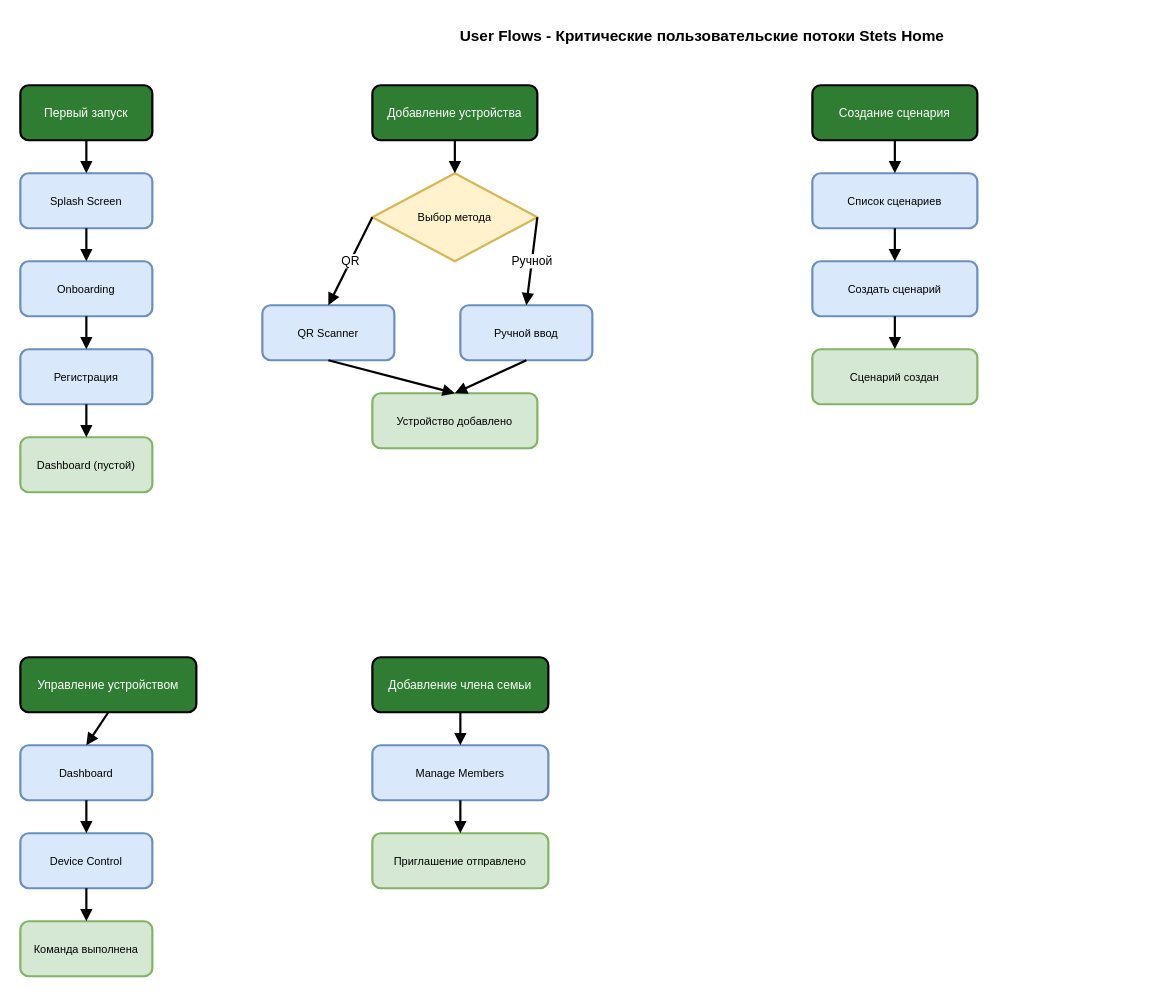
Before: projects/project_6 (degree)/docs/diagrams/04_interface/user_flows_visual.drawio in Kurganskyi/yandex_edu, a draw.io diagram. Source tidied: cells renumbered, new cells numbered last; positions are measured from the earlier drawing's top-left corner, leaving out a move shared by most shapes. Both pictures are drawn from the tidied source at 110%, with x=0, y=0 at pixel (20, 19).
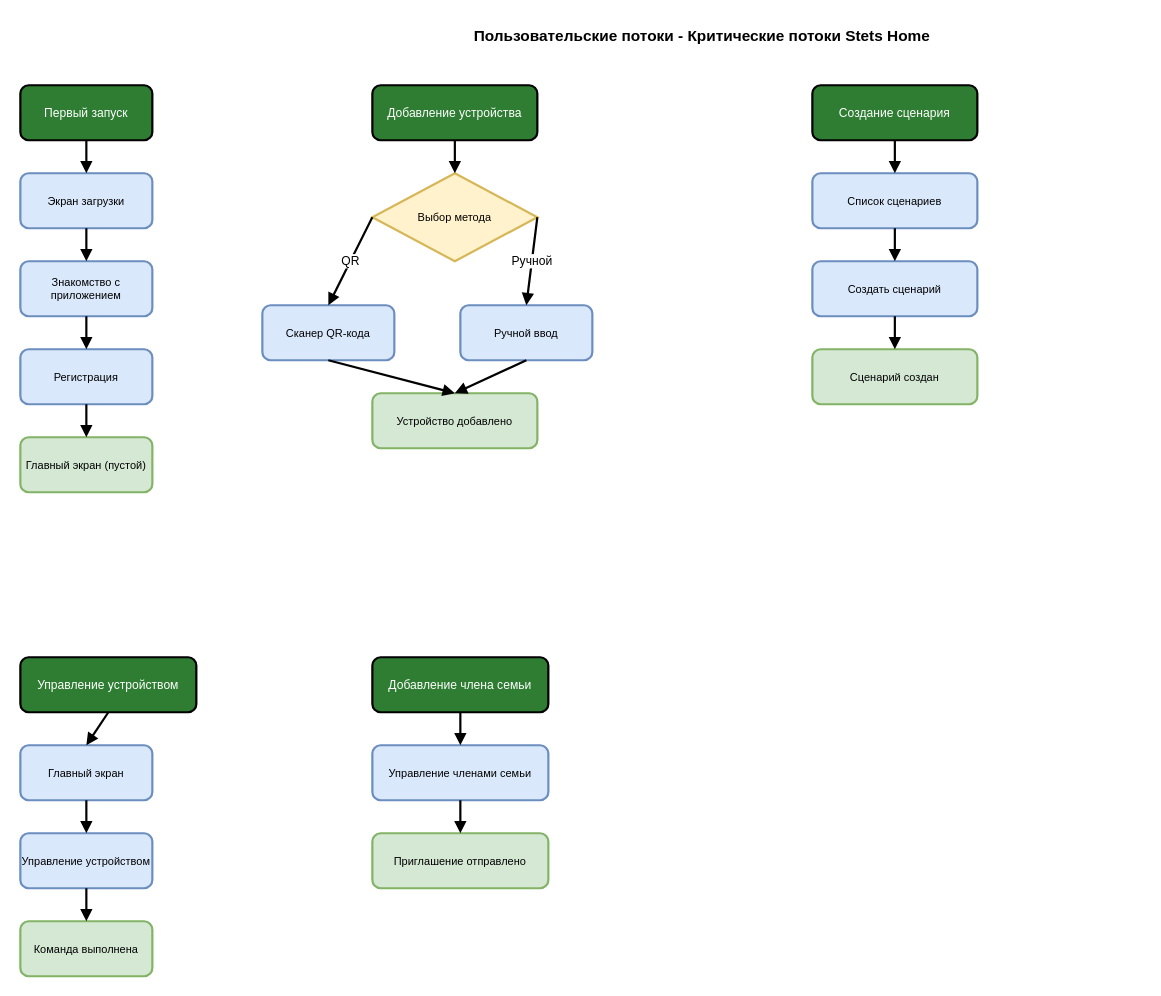
The same diagram, later.

Change to the diagram source:
```diff
@@
-    <mxCell id="3" value="Splash Screen" style="rounded=1;whiteSpace=wrap;html=1;fontSize=10;fontColor=#000000;fillColor=#dae8fc;strokeColor=#6c8ebf;strokeWidth=2;" parent="1" vertex="1">
+    <mxCell id="3" value="Экран загрузки" style="rounded=1;whiteSpace=wrap;html=1;fontSize=10;fontColor=#000000;fillColor=#dae8fc;strokeColor=#6c8ebf;strokeWidth=2;" parent="1" vertex="1">
       <mxGeometry y="140" width="120" height="50" as="geometry" />
     </mxCell>
-    <mxCell id="4" value="Onboarding" style="rounded=1;whiteSpace=wrap;html=1;fontSize=10;fontColor=#000000;fillColor=#dae8fc;strokeColor=#6c8ebf;strokeWidth=2;" parent="1" vertex="1">
+    <mxCell id="4" value="Знакомство с приложением" style="rounded=1;whiteSpace=wrap;html=1;fontSize=10;fontColor=#000000;fillColor=#dae8fc;strokeColor=#6c8ebf;strokeWidth=2;" parent="1" vertex="1">
       <mxGeometry y="220" width="120" height="50" as="geometry" />
     </mxCell>
@@
-    <mxCell id="6" value="Dashboard (пустой)" style="rounded=1;whiteSpace=wrap;html=1;fontSize=10;fontColor=#000000;fillColor=#d5e8d4;strokeColor=#82b366;strokeWidth=2;" parent="1" vertex="1">
+    <mxCell id="6" value="Главный экран (пустой)" style="rounded=1;whiteSpace=wrap;html=1;fontSize=10;fontColor=#000000;fillColor=#d5e8d4;strokeColor=#82b366;strokeWidth=2;" parent="1" vertex="1">
       <mxGeometry y="380" width="120" height="50" as="geometry" />
     </mxCell>
@@
-    <mxCell id="9" value="QR Scanner" style="rounded=1;whiteSpace=wrap;html=1;fontSize=10;fontColor=#000000;fillColor=#dae8fc;strokeColor=#6c8ebf;strokeWidth=2;" parent="1" vertex="1">
+    <mxCell id="9" value="Сканер QR-кода" style="rounded=1;whiteSpace=wrap;html=1;fontSize=10;fontColor=#000000;fillColor=#dae8fc;strokeColor=#6c8ebf;strokeWidth=2;" parent="1" vertex="1">
       <mxGeometry x="220" y="260" width="120" height="50" as="geometry" />
     </mxCell>
@@
-    <mxCell id="17" value="Dashboard" style="rounded=1;whiteSpace=wrap;html=1;fontSize=10;fontColor=#000000;fillColor=#dae8fc;strokeColor=#6c8ebf;strokeWidth=2;" parent="1" vertex="1">
+    <mxCell id="17" value="Главный экран" style="rounded=1;whiteSpace=wrap;html=1;fontSize=10;fontColor=#000000;fillColor=#dae8fc;strokeColor=#6c8ebf;strokeWidth=2;" parent="1" vertex="1">
       <mxGeometry y="660" width="120" height="50" as="geometry" />
     </mxCell>
-    <mxCell id="18" value="Device Control" style="rounded=1;whiteSpace=wrap;html=1;fontSize=10;fontColor=#000000;fillColor=#dae8fc;strokeColor=#6c8ebf;strokeWidth=2;" parent="1" vertex="1">
+    <mxCell id="18" value="Управление устройством" style="rounded=1;whiteSpace=wrap;html=1;fontSize=10;fontColor=#000000;fillColor=#dae8fc;strokeColor=#6c8ebf;strokeWidth=2;" parent="1" vertex="1">
       <mxGeometry y="740" width="120" height="50" as="geometry" />
     </mxCell>
@@
-    <mxCell id="21" value="Manage Members" style="rounded=1;whiteSpace=wrap;html=1;fontSize=10;fontColor=#000000;fillColor=#dae8fc;strokeColor=#6c8ebf;strokeWidth=2;" parent="1" vertex="1">
+    <mxCell id="21" value="Управление членами семьи" style="rounded=1;whiteSpace=wrap;html=1;fontSize=10;fontColor=#000000;fillColor=#dae8fc;strokeColor=#6c8ebf;strokeWidth=2;" parent="1" vertex="1">
       <mxGeometry x="320" y="660" width="160" height="50" as="geometry" />
     </mxCell>
@@
-    <mxCell id="40" value="User Flows - Критические пользовательские потоки Stets Home" style="text;html=1;strokeColor=none;fillColor=none;align=center;verticalAlign=middle;whiteSpace=wrap;rounded=0;fontSize=14;fontStyle=1;fontColor=#000000;" parent="1" vertex="1">
+    <mxCell id="40" value="Пользовательские потоки - Критические потоки Stets Home" style="text;html=1;strokeColor=none;fillColor=none;align=center;verticalAlign=middle;whiteSpace=wrap;rounded=0;fontSize=14;fontStyle=1;fontColor=#000000;" parent="1" vertex="1">
       <mxGeometry x="220" width="800" height="30" as="geometry" />
     </mxCell>
```
